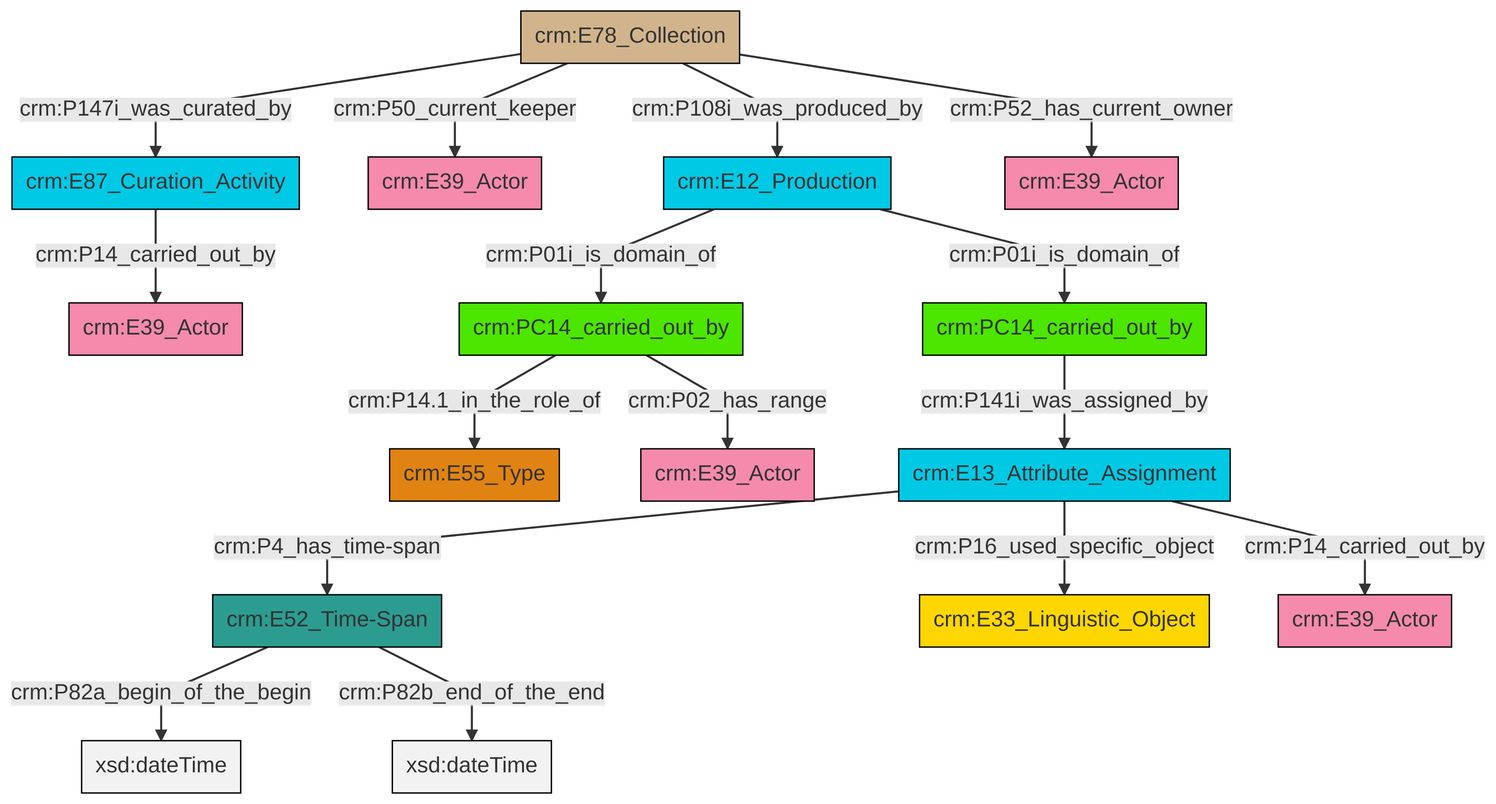
Above: et/archivalCSV/ttl/mmd/png/archival_relation.png in swiss-art-research-net/docs.swissartresearch (Mermaid), before the change. Its source is kept beside it as et/archivalCSV/ttl/mmd/archival_relation.ttl.mmd.
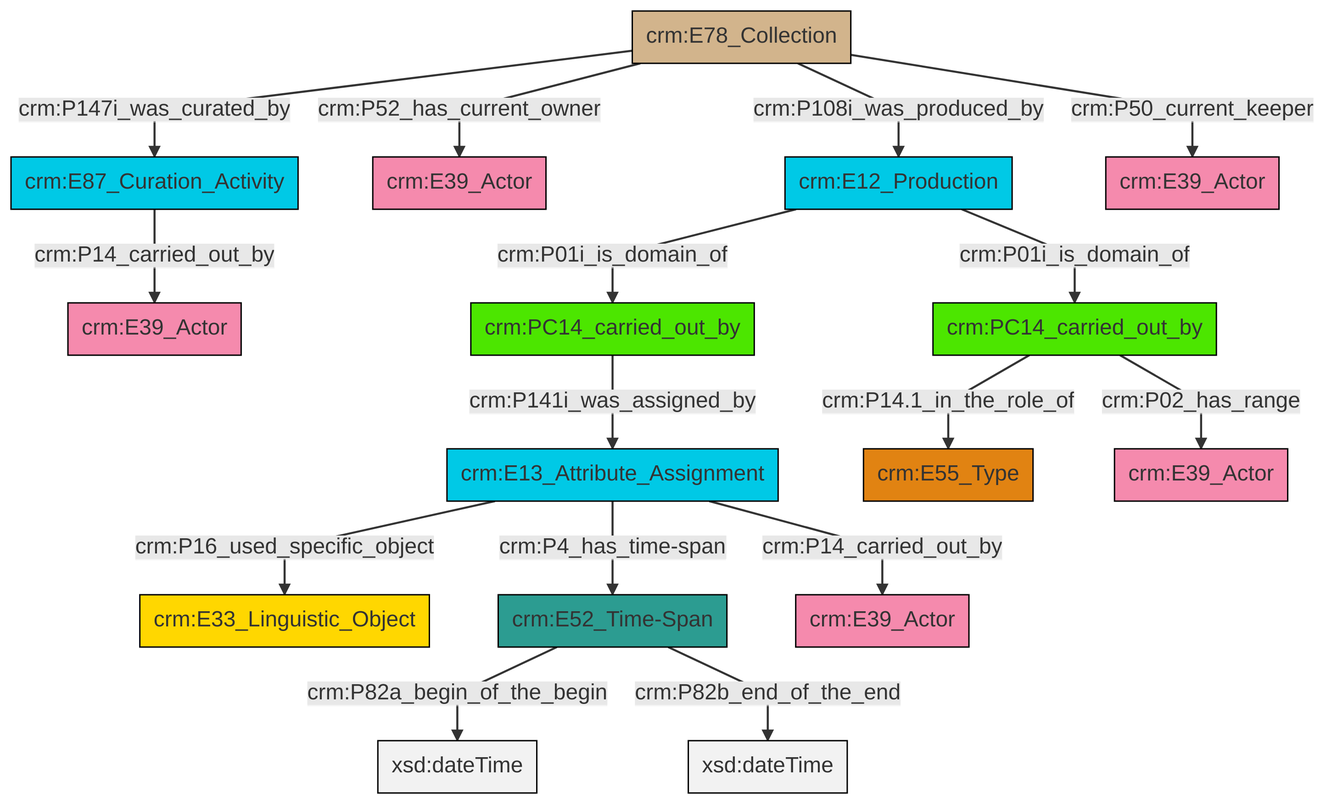
Above is the later version.

Change to the diagram source:
```diff
@@ -13,18 +13,18 @@
 classDef PC_Classes fill:#4ce600, stroke:#000000;
 classDef Multi fill:#cccccc,stroke:#000000;
 
-0["crm:E87_Curation_Activity"]:::Temporal_Entity -->|crm:P14_carried_out_by| 1["crm:E39_Actor"]:::Actor
-2["crm:E78_Collection"]:::Physical_Thing -->|crm:P147i_was_curated_by| 0["crm:E87_Curation_Activity"]:::Temporal_Entity
-3["crm:PC14_carried_out_by"]:::PC_Classes -->|crm:P14.1_in_the_role_of| 4["crm:E55_Type"]:::Type
-2["crm:E78_Collection"]:::Physical_Thing -->|crm:P50_current_keeper| 5["crm:E39_Actor"]:::Actor
-2["crm:E78_Collection"]:::Physical_Thing -->|crm:P108i_was_produced_by| 6["crm:E12_Production"]:::Temporal_Entity
-7["crm:E52_Time-Span"]:::Time-Span -->|crm:P82a_begin_of_the_begin| 8[xsd:dateTime]:::Literal
-6["crm:E12_Production"]:::Temporal_Entity -->|crm:P01i_is_domain_of| 3["crm:PC14_carried_out_by"]:::PC_Classes
-11["crm:E13_Attribute_Assignment"]:::Temporal_Entity -->|crm:P16_used_specific_object| 12["crm:E33_Linguistic_Object"]:::Conceptual_Object
-7["crm:E52_Time-Span"]:::Time-Span -->|crm:P82b_end_of_the_end| 15[xsd:dateTime]:::Literal
-19["crm:PC14_carried_out_by"]:::PC_Classes -->|crm:P141i_was_assigned_by| 11["crm:E13_Attribute_Assignment"]:::Temporal_Entity
-6["crm:E12_Production"]:::Temporal_Entity -->|crm:P01i_is_domain_of| 19["crm:PC14_carried_out_by"]:::PC_Classes
-11["crm:E13_Attribute_Assignment"]:::Temporal_Entity -->|crm:P14_carried_out_by| 24["crm:E39_Actor"]:::Actor
-2["crm:E78_Collection"]:::Physical_Thing -->|crm:P52_has_current_owner| 25["crm:E39_Actor"]:::Actor
-11["crm:E13_Attribute_Assignment"]:::Temporal_Entity -->|crm:P4_has_time-span| 7["crm:E52_Time-Span"]:::Time-Span
-3["crm:PC14_carried_out_by"]:::PC_Classes -->|crm:P02_has_range| 9["crm:E39_Actor"]:::Actor
+2["crm:E13_Attribute_Assignment"]:::Temporal_Entity -->|crm:P16_used_specific_object| 3["crm:E33_Linguistic_Object"]:::Conceptual_Object
+4["crm:E78_Collection"]:::Physical_Thing -->|crm:P52_has_current_owner| 5["crm:E39_Actor"]:::Actor
+0["crm:E87_Curation_Activity"]:::Temporal_Entity -->|crm:P14_carried_out_by| 9["crm:E39_Actor"]:::Actor
+10["crm:PC14_carried_out_by"]:::PC_Classes -->|crm:P14.1_in_the_role_of| 11["crm:E55_Type"]:::Type
+10["crm:PC14_carried_out_by"]:::PC_Classes -->|crm:P02_has_range| 14["crm:E39_Actor"]:::Actor
+4["crm:E78_Collection"]:::Physical_Thing -->|crm:P108i_was_produced_by| 15["crm:E12_Production"]:::Temporal_Entity
+4["crm:E78_Collection"]:::Physical_Thing -->|crm:P147i_was_curated_by| 0["crm:E87_Curation_Activity"]:::Temporal_Entity
+2["crm:E13_Attribute_Assignment"]:::Temporal_Entity -->|crm:P4_has_time-span| 7["crm:E52_Time-Span"]:::Time-Span
+15["crm:E12_Production"]:::Temporal_Entity -->|crm:P01i_is_domain_of| 10["crm:PC14_carried_out_by"]:::PC_Classes
+4["crm:E78_Collection"]:::Physical_Thing -->|crm:P50_current_keeper| 20["crm:E39_Actor"]:::Actor
+15["crm:E12_Production"]:::Temporal_Entity -->|crm:P01i_is_domain_of| 12["crm:PC14_carried_out_by"]:::PC_Classes
+7["crm:E52_Time-Span"]:::Time-Span -->|crm:P82a_begin_of_the_begin| 26[xsd:dateTime]:::Literal
+7["crm:E52_Time-Span"]:::Time-Span -->|crm:P82b_end_of_the_end| 27[xsd:dateTime]:::Literal
+12["crm:PC14_carried_out_by"]:::PC_Classes -->|crm:P141i_was_assigned_by| 2["crm:E13_Attribute_Assignment"]:::Temporal_Entity
+2["crm:E13_Attribute_Assignment"]:::Temporal_Entity -->|crm:P14_carried_out_by| 22["crm:E39_Actor"]:::Actor
```
